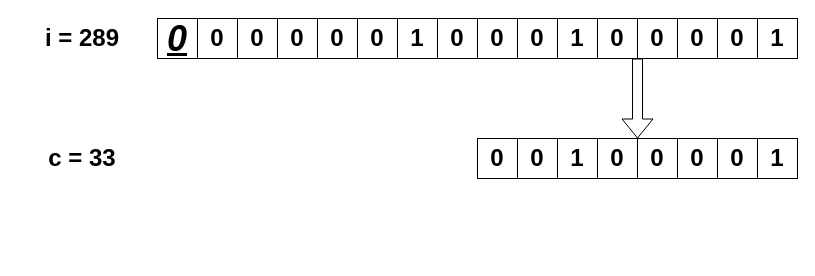
Above: 读书笔记/C程序设计(第三版)/image/03.14.drawio in zxpbenson/notebook (draw.io), before the change. Source tidied: cells renumbered, new cells numbered last; positions are measured from the earlier drawing's top-left corner, leaving out a move shared by most shapes. Both pictures are drawn from the tidied source at 100%, with x=0, y=0 at pixel (37, 18).
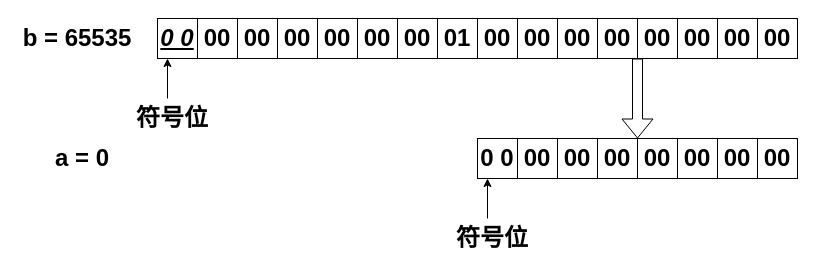
After the change.

Change to the diagram source:
```diff
@@
-    <mxCell id="2" value="&lt;font style=&quot;font-size: 24px&quot;&gt;&lt;b&gt;0&lt;/b&gt;&lt;/font&gt;" style="rounded=0;whiteSpace=wrap;html=1;" parent="1" vertex="1">
+    <mxCell id="2" value="&lt;font style=&quot;font-size: 24px&quot;&gt;&lt;b&gt;0 0&lt;/b&gt;&lt;/font&gt;" style="rounded=0;whiteSpace=wrap;html=1;" parent="1" vertex="1">
       <mxGeometry x="440" y="120" width="40" height="40" as="geometry" />
     </mxCell>
-    <mxCell id="3" value="&lt;font style=&quot;font-size: 24px&quot;&gt;&lt;b&gt;i = 289&lt;/b&gt;&lt;/font&gt;" style="text;html=1;strokeColor=none;fillColor=none;align=center;verticalAlign=middle;whiteSpace=wrap;rounded=0;" parent="1" vertex="1">
-      <mxGeometry width="90" height="40" as="geometry" />
+    <mxCell id="3" value="&lt;font style=&quot;font-size: 24px&quot;&gt;&lt;b&gt;b = 65535&lt;/b&gt;&lt;/font&gt;" style="text;html=1;strokeColor=none;fillColor=none;align=center;verticalAlign=middle;whiteSpace=wrap;rounded=0;" parent="1" vertex="1">
+      <mxGeometry x="-20" width="120" height="40" as="geometry" />
     </mxCell>
-    <mxCell id="4" value="&lt;font style=&quot;font-size: 24px&quot;&gt;&lt;b&gt;0&lt;/b&gt;&lt;/font&gt;" style="rounded=0;whiteSpace=wrap;html=1;" parent="1" vertex="1">
+    <mxCell id="4" value="&lt;font style=&quot;font-size: 24px&quot;&gt;&lt;b&gt;00&lt;/b&gt;&lt;/font&gt;" style="rounded=0;whiteSpace=wrap;html=1;" parent="1" vertex="1">
       <mxGeometry x="480" y="120" width="40" height="40" as="geometry" />
     </mxCell>
-    <mxCell id="5" value="&lt;font style=&quot;font-size: 24px&quot;&gt;&lt;b&gt;1&lt;/b&gt;&lt;/font&gt;" style="rounded=0;whiteSpace=wrap;html=1;" parent="1" vertex="1">
+    <mxCell id="5" value="&lt;font style=&quot;font-size: 24px&quot;&gt;&lt;b&gt;00&lt;/b&gt;&lt;/font&gt;" style="rounded=0;whiteSpace=wrap;html=1;" parent="1" vertex="1">
       <mxGeometry x="520" y="120" width="40" height="40" as="geometry" />
     </mxCell>
-    <mxCell id="6" value="&lt;font style=&quot;font-size: 24px&quot;&gt;&lt;b&gt;0&lt;/b&gt;&lt;/font&gt;" style="rounded=0;whiteSpace=wrap;html=1;" parent="1" vertex="1">
+    <mxCell id="6" value="&lt;font style=&quot;font-size: 24px&quot;&gt;&lt;b&gt;00&lt;/b&gt;&lt;/font&gt;" style="rounded=0;whiteSpace=wrap;html=1;" parent="1" vertex="1">
       <mxGeometry x="560" y="120" width="40" height="40" as="geometry" />
     </mxCell>
-    <mxCell id="7" value="&lt;font style=&quot;font-size: 24px&quot;&gt;&lt;b&gt;0&lt;/b&gt;&lt;/font&gt;" style="rounded=0;whiteSpace=wrap;html=1;" parent="1" vertex="1">
+    <mxCell id="7" value="&lt;font style=&quot;font-size: 24px&quot;&gt;&lt;b&gt;00&lt;/b&gt;&lt;/font&gt;" style="rounded=0;whiteSpace=wrap;html=1;" parent="1" vertex="1">
       <mxGeometry x="600" y="120" width="40" height="40" as="geometry" />
     </mxCell>
-    <mxCell id="8" value="&lt;font style=&quot;font-size: 24px&quot;&gt;&lt;b&gt;0&lt;/b&gt;&lt;/font&gt;" style="rounded=0;whiteSpace=wrap;html=1;" parent="1" vertex="1">
+    <mxCell id="8" value="&lt;font style=&quot;font-size: 24px&quot;&gt;&lt;b&gt;00&lt;/b&gt;&lt;/font&gt;" style="rounded=0;whiteSpace=wrap;html=1;" parent="1" vertex="1">
       <mxGeometry x="640" y="120" width="40" height="40" as="geometry" />
     </mxCell>
-    <mxCell id="9" value="&lt;font style=&quot;font-size: 24px&quot;&gt;&lt;b&gt;0&lt;/b&gt;&lt;/font&gt;" style="rounded=0;whiteSpace=wrap;html=1;" parent="1" vertex="1">
+    <mxCell id="9" value="&lt;font style=&quot;font-size: 24px&quot;&gt;&lt;b&gt;00&lt;/b&gt;&lt;/font&gt;" style="rounded=0;whiteSpace=wrap;html=1;" parent="1" vertex="1">
       <mxGeometry x="680" y="120" width="40" height="40" as="geometry" />
     </mxCell>
-    <mxCell id="10" value="&lt;font style=&quot;font-size: 24px&quot;&gt;&lt;b&gt;1&lt;/b&gt;&lt;/font&gt;" style="rounded=0;whiteSpace=wrap;html=1;" parent="1" vertex="1">
+    <mxCell id="10" value="&lt;font style=&quot;font-size: 24px&quot;&gt;&lt;b&gt;00&lt;/b&gt;&lt;/font&gt;" style="rounded=0;whiteSpace=wrap;html=1;" parent="1" vertex="1">
       <mxGeometry x="720" y="120" width="40" height="40" as="geometry" />
     </mxCell>
-    <mxCell id="11" value="&lt;font style=&quot;font-size: 24px&quot;&gt;&lt;b&gt;0&lt;/b&gt;&lt;/font&gt;" style="rounded=0;whiteSpace=wrap;html=1;" parent="1" vertex="1">
+    <mxCell id="11" value="&lt;font style=&quot;font-size: 24px&quot;&gt;&lt;b&gt;00&lt;/b&gt;&lt;/font&gt;" style="rounded=0;whiteSpace=wrap;html=1;" parent="1" vertex="1">
       <mxGeometry x="440" width="40" height="40" as="geometry" />
     </mxCell>
-    <mxCell id="12" value="&lt;font style=&quot;font-size: 24px&quot;&gt;&lt;b&gt;0&lt;/b&gt;&lt;/font&gt;" style="rounded=0;whiteSpace=wrap;html=1;" parent="1" vertex="1">
+    <mxCell id="12" value="&lt;font style=&quot;font-size: 24px&quot;&gt;&lt;b&gt;00&lt;/b&gt;&lt;/font&gt;" style="rounded=0;whiteSpace=wrap;html=1;" parent="1" vertex="1">
       <mxGeometry x="480" width="40" height="40" as="geometry" />
     </mxCell>
-    <mxCell id="13" value="&lt;font style=&quot;font-size: 24px&quot;&gt;&lt;b&gt;1&lt;/b&gt;&lt;/font&gt;" style="rounded=0;whiteSpace=wrap;html=1;" parent="1" vertex="1">
+    <mxCell id="13" value="&lt;font style=&quot;font-size: 24px&quot;&gt;&lt;b&gt;00&lt;/b&gt;&lt;/font&gt;" style="rounded=0;whiteSpace=wrap;html=1;" parent="1" vertex="1">
       <mxGeometry x="520" width="40" height="40" as="geometry" />
     </mxCell>
-    <mxCell id="14" value="&lt;font style=&quot;font-size: 24px&quot;&gt;&lt;b&gt;0&lt;/b&gt;&lt;/font&gt;" style="rounded=0;whiteSpace=wrap;html=1;" parent="1" vertex="1">
+    <mxCell id="14" value="&lt;font style=&quot;font-size: 24px&quot;&gt;&lt;b&gt;00&lt;/b&gt;&lt;/font&gt;" style="rounded=0;whiteSpace=wrap;html=1;" parent="1" vertex="1">
       <mxGeometry x="560" width="40" height="40" as="geometry" />
     </mxCell>
-    <mxCell id="15" value="&lt;font style=&quot;font-size: 24px&quot;&gt;&lt;b&gt;0&lt;/b&gt;&lt;/font&gt;" style="rounded=0;whiteSpace=wrap;html=1;" parent="1" vertex="1">
+    <mxCell id="15" value="&lt;font style=&quot;font-size: 24px&quot;&gt;&lt;b&gt;00&lt;/b&gt;&lt;/font&gt;" style="rounded=0;whiteSpace=wrap;html=1;" parent="1" vertex="1">
       <mxGeometry x="600" width="40" height="40" as="geometry" />
     </mxCell>
-    <mxCell id="16" value="&lt;font style=&quot;font-size: 24px&quot;&gt;&lt;b&gt;0&lt;/b&gt;&lt;/font&gt;" style="rounded=0;whiteSpace=wrap;html=1;" parent="1" vertex="1">
+    <mxCell id="16" value="&lt;font style=&quot;font-size: 24px&quot;&gt;&lt;b&gt;00&lt;/b&gt;&lt;/font&gt;" style="rounded=0;whiteSpace=wrap;html=1;" parent="1" vertex="1">
       <mxGeometry x="640" width="40" height="40" as="geometry" />
     </mxCell>
-    <mxCell id="17" value="&lt;font style=&quot;font-size: 24px&quot;&gt;&lt;b&gt;0&lt;/b&gt;&lt;/font&gt;" style="rounded=0;whiteSpace=wrap;html=1;" parent="1" vertex="1">
+    <mxCell id="17" value="&lt;font style=&quot;font-size: 24px&quot;&gt;&lt;b&gt;00&lt;/b&gt;&lt;/font&gt;" style="rounded=0;whiteSpace=wrap;html=1;" parent="1" vertex="1">
       <mxGeometry x="680" width="40" height="40" as="geometry" />
     </mxCell>
-    <mxCell id="18" value="&lt;font style=&quot;font-size: 24px&quot;&gt;&lt;b&gt;1&lt;/b&gt;&lt;/font&gt;" style="rounded=0;whiteSpace=wrap;html=1;" parent="1" vertex="1">
+    <mxCell id="18" value="&lt;font style=&quot;font-size: 24px&quot;&gt;&lt;b&gt;00&lt;/b&gt;&lt;/font&gt;" style="rounded=0;whiteSpace=wrap;html=1;" parent="1" vertex="1">
       <mxGeometry x="720" width="40" height="40" as="geometry" />
     </mxCell>
-    <mxCell id="19" value="&lt;font style=&quot;font-size: 36px&quot;&gt;&lt;b&gt;&lt;u&gt;&lt;i&gt;0&lt;/i&gt;&lt;/u&gt;&lt;/b&gt;&lt;/font&gt;" style="rounded=0;whiteSpace=wrap;html=1;" parent="1" vertex="1">
+    <mxCell id="19" value="&lt;font style=&quot;font-size: 24px&quot;&gt;&lt;b&gt;&lt;u&gt;&lt;i&gt;0 0&lt;/i&gt;&lt;/u&gt;&lt;/b&gt;&lt;/font&gt;" style="rounded=0;whiteSpace=wrap;html=1;" parent="1" vertex="1">
       <mxGeometry x="120" width="40" height="40" as="geometry" />
     </mxCell>
-    <mxCell id="20" value="&lt;font style=&quot;font-size: 24px&quot;&gt;&lt;b&gt;0&lt;/b&gt;&lt;/font&gt;" style="rounded=0;whiteSpace=wrap;html=1;" parent="1" vertex="1">
+    <mxCell id="20" value="&lt;font style=&quot;font-size: 24px&quot;&gt;&lt;b&gt;00&lt;/b&gt;&lt;/font&gt;" style="rounded=0;whiteSpace=wrap;html=1;" parent="1" vertex="1">
       <mxGeometry x="160" width="40" height="40" as="geometry" />
     </mxCell>
-    <mxCell id="21" value="&lt;font style=&quot;font-size: 24px&quot;&gt;&lt;b&gt;0&lt;/b&gt;&lt;/font&gt;" style="rounded=0;whiteSpace=wrap;html=1;" parent="1" vertex="1">
+    <mxCell id="21" value="&lt;font style=&quot;font-size: 24px&quot;&gt;&lt;b&gt;00&lt;/b&gt;&lt;/font&gt;" style="rounded=0;whiteSpace=wrap;html=1;" parent="1" vertex="1">
       <mxGeometry x="200" width="40" height="40" as="geometry" />
     </mxCell>
-    <mxCell id="22" value="&lt;font style=&quot;font-size: 24px&quot;&gt;&lt;b&gt;0&lt;/b&gt;&lt;/font&gt;" style="rounded=0;whiteSpace=wrap;html=1;" parent="1" vertex="1">
+    <mxCell id="22" value="&lt;font style=&quot;font-size: 24px&quot;&gt;&lt;b&gt;00&lt;/b&gt;&lt;/font&gt;" style="rounded=0;whiteSpace=wrap;html=1;" parent="1" vertex="1">
       <mxGeometry x="240" width="40" height="40" as="geometry" />
     </mxCell>
-    <mxCell id="23" value="&lt;font style=&quot;font-size: 24px&quot;&gt;&lt;b&gt;0&lt;/b&gt;&lt;/font&gt;" style="rounded=0;whiteSpace=wrap;html=1;" parent="1" vertex="1">
+    <mxCell id="23" value="&lt;font style=&quot;font-size: 24px&quot;&gt;&lt;b&gt;00&lt;/b&gt;&lt;/font&gt;" style="rounded=0;whiteSpace=wrap;html=1;" parent="1" vertex="1">
       <mxGeometry x="280" width="40" height="40" as="geometry" />
     </mxCell>
-    <mxCell id="24" value="&lt;font style=&quot;font-size: 24px&quot;&gt;&lt;b&gt;0&lt;/b&gt;&lt;/font&gt;" style="rounded=0;whiteSpace=wrap;html=1;" parent="1" vertex="1">
+    <mxCell id="24" value="&lt;font style=&quot;font-size: 24px&quot;&gt;&lt;b&gt;00&lt;/b&gt;&lt;/font&gt;" style="rounded=0;whiteSpace=wrap;html=1;" parent="1" vertex="1">
       <mxGeometry x="320" width="40" height="40" as="geometry" />
     </mxCell>
-    <mxCell id="25" value="&lt;font style=&quot;font-size: 24px&quot;&gt;&lt;b&gt;1&lt;/b&gt;&lt;/font&gt;" style="rounded=0;whiteSpace=wrap;html=1;" parent="1" vertex="1">
+    <mxCell id="25" value="&lt;font style=&quot;font-size: 24px&quot;&gt;&lt;b&gt;00&lt;/b&gt;&lt;/font&gt;" style="rounded=0;whiteSpace=wrap;html=1;" parent="1" vertex="1">
       <mxGeometry x="360" width="40" height="40" as="geometry" />
     </mxCell>
-    <mxCell id="26" value="&lt;font style=&quot;font-size: 24px&quot;&gt;&lt;b&gt;0&lt;/b&gt;&lt;/font&gt;" style="rounded=0;whiteSpace=wrap;html=1;" parent="1" vertex="1">
+    <mxCell id="26" value="&lt;font style=&quot;font-size: 24px&quot;&gt;&lt;b&gt;01&lt;/b&gt;&lt;/font&gt;" style="rounded=0;whiteSpace=wrap;html=1;" parent="1" vertex="1">
       <mxGeometry x="400" width="40" height="40" as="geometry" />
     </mxCell>
-    <mxCell id="27" value="&lt;font style=&quot;font-size: 24px&quot;&gt;&lt;b&gt;c = 33&lt;/b&gt;&lt;/font&gt;" style="text;html=1;strokeColor=none;fillColor=none;align=center;verticalAlign=middle;whiteSpace=wrap;rounded=0;" parent="1" vertex="1">
+    <mxCell id="27" value="&lt;font style=&quot;font-size: 24px&quot;&gt;&lt;b&gt;a = 0&lt;/b&gt;&lt;/font&gt;" style="text;html=1;strokeColor=none;fillColor=none;align=center;verticalAlign=middle;whiteSpace=wrap;rounded=0;" parent="1" vertex="1">
       <mxGeometry y="120" width="90" height="40" as="geometry" />
     </mxCell>
@@
+    <mxCell id="29" style="endArrow=classic;html=1;entryX=0.25;entryY=1;entryDx=0;entryDy=0;" parent="1" edge="1" target="19">
+      <mxGeometry relative="1" as="geometry">
+        <mxPoint x="130" y="80" as="sourcePoint" />
+      </mxGeometry>
+    </mxCell>
+    <mxCell id="30" value="&lt;span style=&quot;font-size: 24px&quot;&gt;&lt;b&gt;符号位&lt;/b&gt;&lt;/span&gt;" style="text;html=1;strokeColor=none;fillColor=none;align=center;verticalAlign=middle;whiteSpace=wrap;rounded=0;" parent="1" vertex="1">
+      <mxGeometry x="90" y="80" width="90" height="40" as="geometry" />
+    </mxCell>
+    <mxCell id="31" style="endArrow=classic;html=1;entryX=0.25;entryY=1;entryDx=0;entryDy=0;" parent="1" edge="1">
+      <mxGeometry relative="1" as="geometry">
+        <mxPoint x="450" y="200" as="sourcePoint" />
+        <mxPoint x="450" y="160" as="targetPoint" />
+      </mxGeometry>
+    </mxCell>
+    <mxCell id="32" value="&lt;span style=&quot;font-size: 24px&quot;&gt;&lt;b&gt;符号位&lt;/b&gt;&lt;/span&gt;" style="text;html=1;strokeColor=none;fillColor=none;align=center;verticalAlign=middle;whiteSpace=wrap;rounded=0;" parent="1" vertex="1">
+      <mxGeometry x="410" y="200" width="90" height="40" as="geometry" />
+    </mxCell>
```
